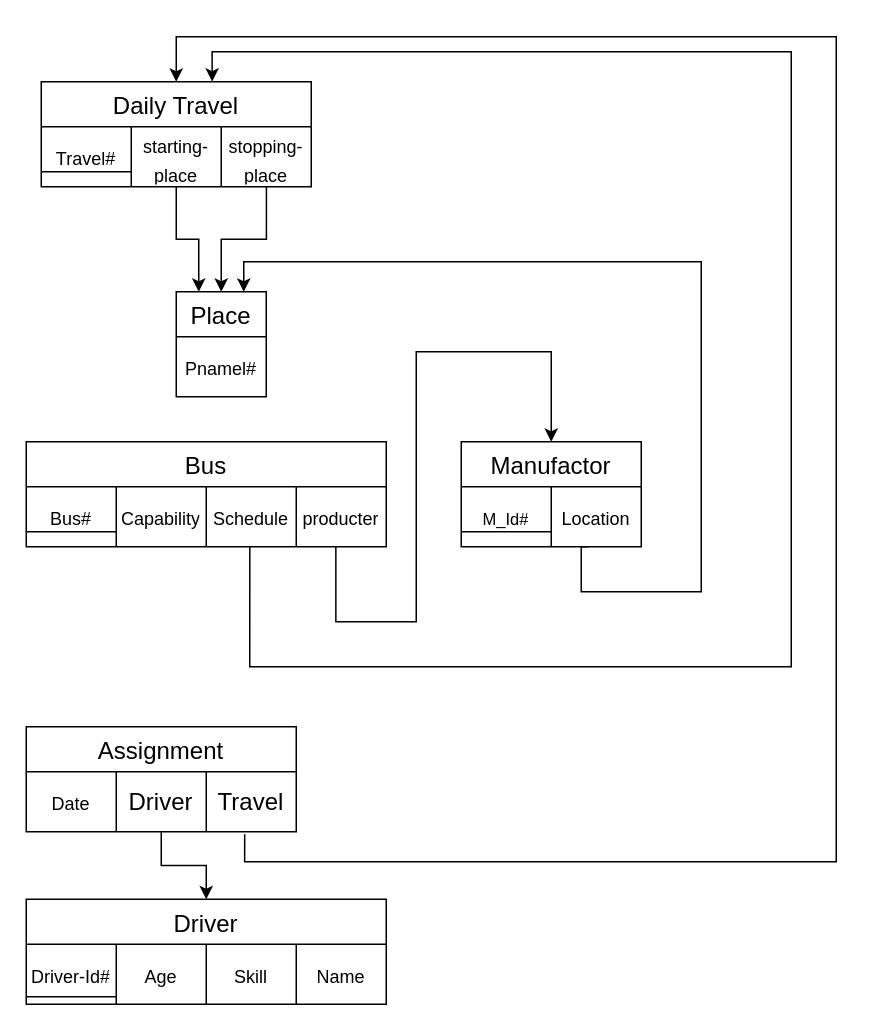
Before: page "QA_2" (3 of 3) of databasemgrCourse/assignment1.drawio in turswiming/drawio_file, a draw.io diagram. Source tidied: cells renumbered, new cells numbered last; positions are measured from the earlier drawing's top-left corner, leaving out a move shared by most shapes. Both pictures are drawn from the tidied source at 150%, with x=0, y=0 at pixel (26, 36).
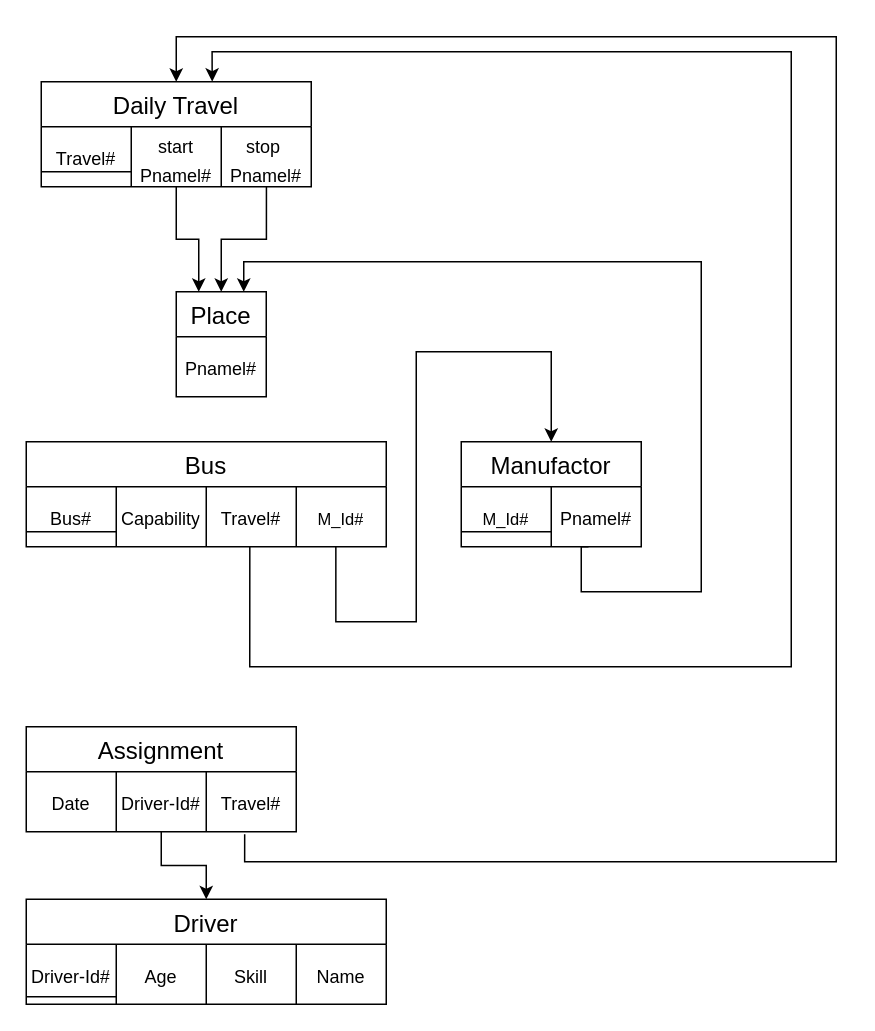
After the change.

Unchanged cells that the change refers to:
```xml
<mxCell id="4" style="shape=tableRow;horizontal=0;startSize=0;swimlaneHead=0;swimlaneBody=0;strokeColor=inherit;top=0;left=0;bottom=0;right=0;fillColor=none;points=[[0,0.5],[1,0.5]];portConstraint=eastwest;fontSize=16;" parent="3" vertex="1">
  <mxGeometry y="30" width="180" height="40" as="geometry" />
</mxCell>
<mxCell id="13" style="shape=tableRow;horizontal=0;startSize=0;swimlaneHead=0;swimlaneBody=0;strokeColor=inherit;top=0;left=0;bottom=0;right=0;fillColor=none;points=[[0,0.5],[1,0.5]];portConstraint=eastwest;fontSize=16;" parent="12" vertex="1">
  <mxGeometry y="30" width="240" height="40" as="geometry" />
</mxCell>
<mxCell id="20" style="shape=tableRow;horizontal=0;startSize=0;swimlaneHead=0;swimlaneBody=0;strokeColor=inherit;top=0;left=0;bottom=0;right=0;fillColor=none;points=[[0,0.5],[1,0.5]];portConstraint=eastwest;fontSize=16;" parent="19" vertex="1">
  <mxGeometry y="30" width="120" height="40" as="geometry" />
</mxCell>
<mxCell id="33" style="shape=tableRow;horizontal=0;startSize=0;swimlaneHead=0;swimlaneBody=0;strokeColor=inherit;top=0;left=0;bottom=0;right=0;fillColor=none;points=[[0,0.5],[1,0.5]];portConstraint=eastwest;fontSize=16;" parent="32" vertex="1">
  <mxGeometry y="30" width="180" height="40" as="geometry" />
</mxCell>
```

The edit, as a diff of the source:
```diff
@@
-    <mxCell id="6" value="&lt;span style=&quot;font-size: 12px;&quot;&gt;starting-place&lt;/span&gt;" style="shape=partialRectangle;html=1;whiteSpace=wrap;strokeColor=inherit;overflow=hidden;fillColor=none;top=0;left=0;bottom=0;right=0;fontSize=16;" parent="4" vertex="1">
+    <mxCell id="6" value="&lt;span style=&quot;font-size: 12px;&quot;&gt;start Pnamel#&lt;/span&gt;" style="shape=partialRectangle;html=1;whiteSpace=wrap;strokeColor=inherit;overflow=hidden;fillColor=none;top=0;left=0;bottom=0;right=0;fontSize=16;" parent="4" vertex="1">
       <mxGeometry x="60" width="60" height="40" as="geometry" />
     </mxCell>
-    <mxCell id="7" value="&lt;span style=&quot;font-size: 12px;&quot;&gt;stopping-place&lt;/span&gt;" style="shape=partialRectangle;html=1;whiteSpace=wrap;strokeColor=inherit;overflow=hidden;fillColor=none;top=0;left=0;bottom=0;right=0;fontSize=16;" parent="4" vertex="1">
+    <mxCell id="7" value="&lt;span style=&quot;font-size: 12px;&quot;&gt;stop&amp;nbsp;&lt;/span&gt;&lt;div&gt;&lt;span style=&quot;font-size: 12px;&quot;&gt;Pnamel#&lt;/span&gt;&lt;/div&gt;" style="shape=partialRectangle;html=1;whiteSpace=wrap;strokeColor=inherit;overflow=hidden;fillColor=none;top=0;left=0;bottom=0;right=0;fontSize=16;" parent="4" vertex="1">
       <mxGeometry x="120" width="60" height="40" as="geometry" />
     </mxCell>
@@
-    <mxCell id="16" value="&lt;span style=&quot;font-size: 12px;&quot;&gt;Schedule&lt;/span&gt;" style="shape=partialRectangle;html=1;whiteSpace=wrap;strokeColor=inherit;overflow=hidden;fillColor=none;top=0;left=0;bottom=0;right=0;fontSize=16;" parent="13" vertex="1">
+    <mxCell id="16" value="&lt;span style=&quot;font-size: 12px;&quot;&gt;Travel#&lt;/span&gt;" style="shape=partialRectangle;html=1;whiteSpace=wrap;strokeColor=inherit;overflow=hidden;fillColor=none;top=0;left=0;bottom=0;right=0;fontSize=16;" parent="13" vertex="1">
       <mxGeometry x="120" width="60" height="40" as="geometry" />
     </mxCell>
-    <mxCell id="17" value="&lt;span style=&quot;font-size: 12px;&quot;&gt;producter&lt;/span&gt;" style="shape=partialRectangle;html=1;whiteSpace=wrap;strokeColor=inherit;overflow=hidden;fillColor=none;top=0;left=0;bottom=0;right=0;fontSize=16;" parent="13" vertex="1">
+    <mxCell id="17" value="&lt;span style=&quot;font-size: 11px;&quot;&gt;M_Id#&lt;/span&gt;" style="shape=partialRectangle;html=1;whiteSpace=wrap;strokeColor=inherit;overflow=hidden;fillColor=none;top=0;left=0;bottom=0;right=0;fontSize=16;" parent="13" vertex="1">
       <mxGeometry x="180" width="60" height="40" as="geometry" />
     </mxCell>
@@
-    <mxCell id="22" value="&lt;span style=&quot;font-size: 12px;&quot;&gt;Location&lt;/span&gt;" style="shape=partialRectangle;html=1;whiteSpace=wrap;strokeColor=inherit;overflow=hidden;fillColor=none;top=0;left=0;bottom=0;right=0;fontSize=16;" parent="20" vertex="1">
+    <mxCell id="22" value="&lt;span style=&quot;font-size: 12px;&quot;&gt;Pnamel#&lt;/span&gt;" style="shape=partialRectangle;html=1;whiteSpace=wrap;strokeColor=inherit;overflow=hidden;fillColor=none;top=0;left=0;bottom=0;right=0;fontSize=16;" parent="20" vertex="1">
       <mxGeometry x="60" width="60" height="40" as="geometry" />
     </mxCell>
@@
-    <mxCell id="35" value="&lt;span style=&quot;text-wrap: nowrap;&quot;&gt;Driver&lt;/span&gt;" style="shape=partialRectangle;html=1;whiteSpace=wrap;strokeColor=inherit;overflow=hidden;fillColor=none;top=0;left=0;bottom=0;right=0;fontSize=16;" parent="33" vertex="1">
+    <mxCell id="35" value="&lt;span style=&quot;font-size: 12px;&quot;&gt;Driver-Id#&lt;/span&gt;" style="shape=partialRectangle;html=1;whiteSpace=wrap;strokeColor=inherit;overflow=hidden;fillColor=none;top=0;left=0;bottom=0;right=0;fontSize=16;" parent="33" vertex="1">
       <mxGeometry x="60" width="60" height="40" as="geometry" />
     </mxCell>
-    <mxCell id="36" value="&lt;span style=&quot;text-wrap: nowrap;&quot;&gt;Travel&lt;/span&gt;" style="shape=partialRectangle;html=1;whiteSpace=wrap;strokeColor=inherit;overflow=hidden;fillColor=none;top=0;left=0;bottom=0;right=0;fontSize=16;" parent="33" vertex="1">
+    <mxCell id="36" value="&lt;span style=&quot;font-size: 12px;&quot;&gt;Travel#&lt;/span&gt;" style="shape=partialRectangle;html=1;whiteSpace=wrap;strokeColor=inherit;overflow=hidden;fillColor=none;top=0;left=0;bottom=0;right=0;fontSize=16;" parent="33" vertex="1">
       <mxGeometry x="120" width="60" height="40" as="geometry" />
     </mxCell>
```
